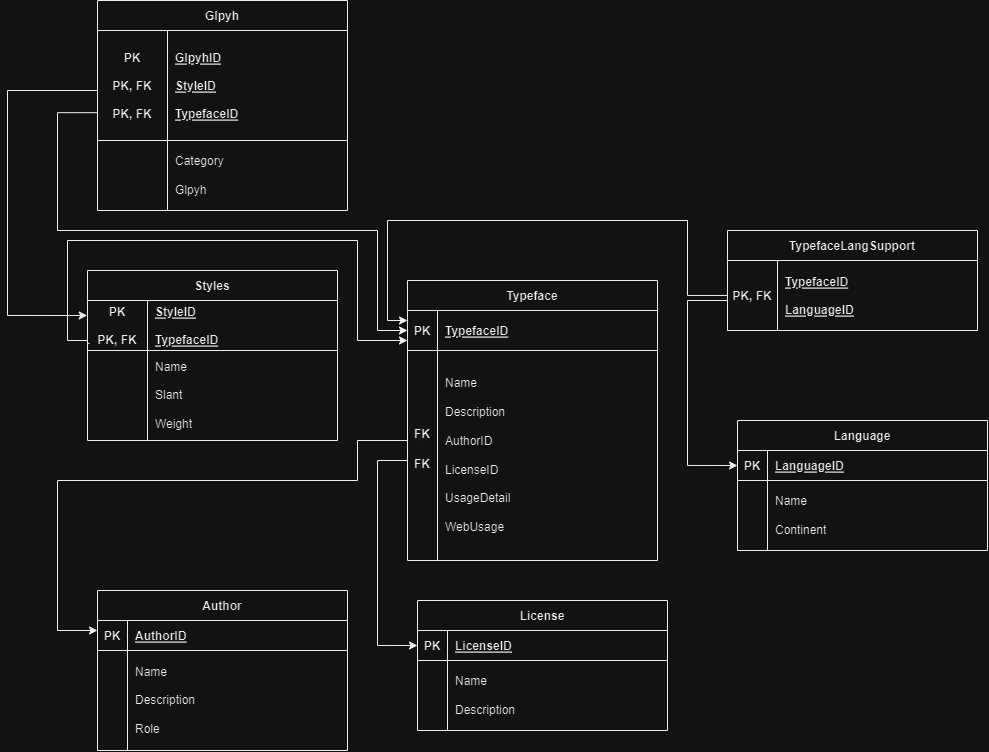
Above: Data Storing/design/RelationalDiagram.png in wargabasdat/Seleksi-2023-Tugas-1 (draw.io), before the change. Source tidied: cells renumbered, new cells last; positions are measured from the earlier drawing's top-left corner, leaving out a move shared by most shapes.
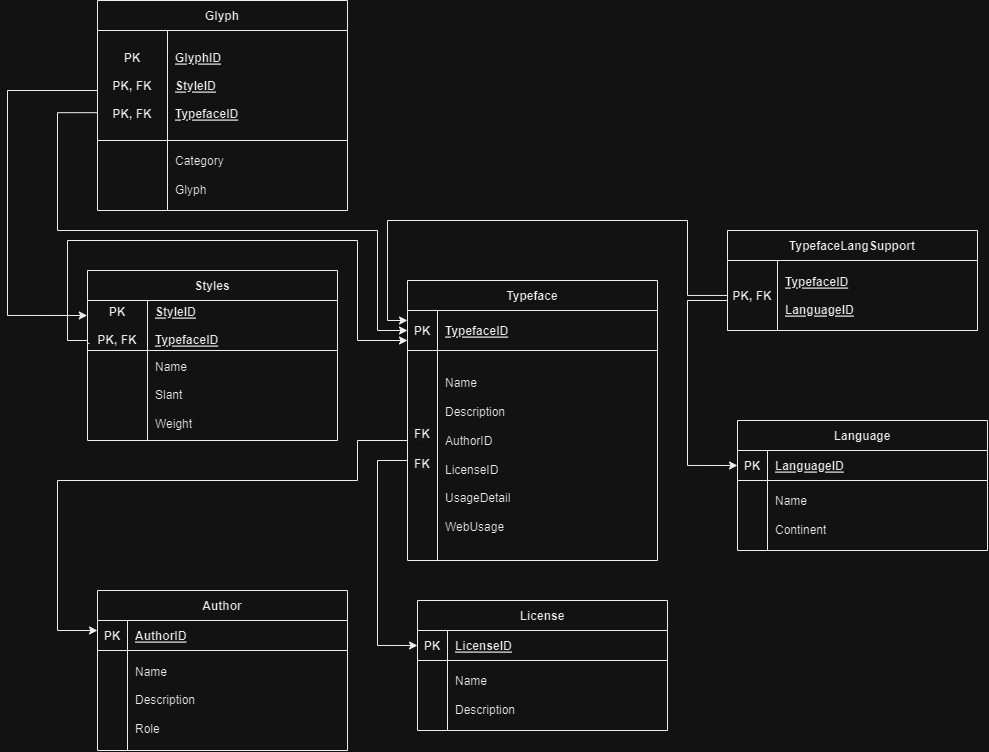
After the commit.

The edit, as a diff of the source:
```diff
@@ -178,7 +178,7 @@
     <mxCell id="47" value="Name&lt;br&gt;&lt;br&gt;Slant&lt;br&gt;&lt;br&gt;Weight&lt;br&gt;&lt;blockquote style=&quot;margin: 0 0 0 40px; border: none; padding: 0px;&quot;&gt;&lt;/blockquote&gt;" style="shape=partialRectangle;overflow=hidden;fillColor=none;top=0;left=0;bottom=0;right=0;align=left;spacingLeft=6;html=1;" parent="45" vertex="1">
       <mxGeometry x="60" width="190" height="90" as="geometry" />
     </mxCell>
-    <mxCell id="48" value="Glpyh" style="shape=table;startSize=30;rowLines=0;fontStyle=1;align=center;" parent="1" vertex="1">
+    <mxCell id="48" value="Glyph" style="shape=table;startSize=30;rowLines=0;fontStyle=1;align=center;" parent="1" vertex="1">
       <mxGeometry x="90" width="250" height="210" as="geometry" />
     </mxCell>
     <mxCell id="49" style="shape=partialRectangle;fillColor=none;points=[[0,0.5],[1,0.5]];portConstraint=eastwest;top=0;left=0;right=0;bottom=1;" parent="48" vertex="1">
@@ -187,7 +187,7 @@
     <mxCell id="50" value="PK&#10;&#10;PK, FK&#10;&#10;PK, FK" style="shape=partialRectangle;overflow=hidden;fillColor=none;top=0;left=0;bottom=0;right=0;fontStyle=1;" parent="49" vertex="1">
       <mxGeometry width="70" height="110" as="geometry" />
     </mxCell>
-    <mxCell id="51" value="GlpyhID&#10;&#10;StyleID&#10;&#10;TypefaceID" style="shape=partialRectangle;overflow=hidden;fillColor=none;top=0;left=0;bottom=0;right=0;align=left;spacingLeft=6;fontStyle=5;" parent="49" vertex="1">
+    <mxCell id="51" value="GlyphID&#10;&#10;StyleID&#10;&#10;TypefaceID" style="shape=partialRectangle;overflow=hidden;fillColor=none;top=0;left=0;bottom=0;right=0;align=left;spacingLeft=6;fontStyle=5;" parent="49" vertex="1">
       <mxGeometry x="70" width="180" height="110" as="geometry" />
     </mxCell>
     <mxCell id="52" style="shape=partialRectangle;fillColor=none;top=0;left=0;right=0;bottom=0;" parent="48" vertex="1">
@@ -196,7 +196,7 @@
     <mxCell id="53" style="shape=partialRectangle;overflow=hidden;fillColor=none;top=0;left=0;bottom=0;right=0;" parent="52" vertex="1">
       <mxGeometry width="70" height="70" as="geometry" />
     </mxCell>
-    <mxCell id="54" value="&lt;blockquote style=&quot;margin: 0 0 0 40px; border: none; padding: 0px;&quot;&gt;&lt;/blockquote&gt;Category&lt;br&gt;&lt;br&gt;Glpyh&lt;br&gt;&lt;blockquote style=&quot;margin: 0px 0px 0px 40px; border: none; padding: 0px; line-height: 180%;&quot;&gt;&lt;/blockquote&gt;&lt;blockquote style=&quot;margin: 0px 0px 0px 40px; border: none; padding: 0px; line-height: 180%;&quot;&gt;&lt;/blockquote&gt;" style="shape=partialRectangle;overflow=hidden;fillColor=none;top=0;left=0;bottom=0;right=0;align=left;spacingLeft=6;html=1;" parent="52" vertex="1">
+    <mxCell id="54" value="&lt;blockquote style=&quot;margin: 0 0 0 40px; border: none; padding: 0px;&quot;&gt;&lt;/blockquote&gt;Category&lt;br&gt;&lt;br&gt;Glyph&lt;br&gt;&lt;blockquote style=&quot;margin: 0px 0px 0px 40px; border: none; padding: 0px; line-height: 180%;&quot;&gt;&lt;/blockquote&gt;&lt;blockquote style=&quot;margin: 0px 0px 0px 40px; border: none; padding: 0px; line-height: 180%;&quot;&gt;&lt;/blockquote&gt;" style="shape=partialRectangle;overflow=hidden;fillColor=none;top=0;left=0;bottom=0;right=0;align=left;spacingLeft=6;html=1;" parent="52" vertex="1">
       <mxGeometry x="70" width="180" height="70" as="geometry" />
     </mxCell>
     <mxCell id="55" style="edgeStyle=orthogonalEdgeStyle;rounded=0;jettySize=auto;html=1;entryX=-0.001;entryY=0.3;entryDx=0;entryDy=0;entryPerimeter=0;" parent="1" edge="1" source="49" target="42">
```
